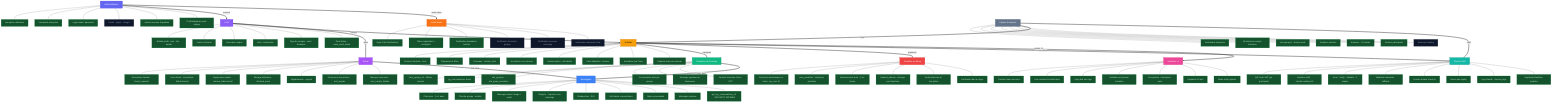
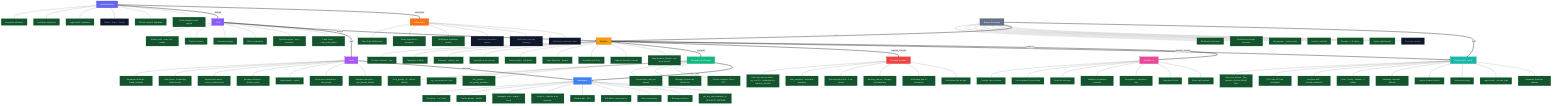
flowchart TB

  classDef auth      fill:#6366F1,stroke:#4F46E5,color:#fff,stroke-width:2px
  classDef profile   fill:#8B5CF6,stroke:#7C3AED,color:#fff,stroke-width:2px
  classDef activ     fill:#F59E0B,stroke:#D97706,color:#000,stroke-width:2px
  classDef groups    fill:#10B981,stroke:#059669,color:#fff,stroke-width:2px
  classDef payment   fill:#EF4444,stroke:#DC2626,color:#fff,stroke-width:2px
  classDef plusone   fill:#EC4899,stroke:#DB2777,color:#fff,stroke-width:2px
  classDef checkin   fill:#14B8A6,stroke:#0D9488,color:#fff,stroke-width:2px
  classDef messaging fill:#3B82F6,stroke:#2563EB,color:#fff,stroke-width:2px
  classDef social    fill:#A855F7,stroke:#9333EA,color:#fff,stroke-width:2px
  classDef notif     fill:#F97316,stroke:#EA580C,color:#fff,stroke-width:2px
  classDef business  fill:#64748B,stroke:#475569,color:#fff,stroke-width:2px

  classDef done     fill:#14532d,stroke:#16a34a,color:#bbf7d0,stroke-width:1px
  classDef wip      fill:#422006,stroke:#d97706,color:#fde68a,stroke-width:1px,stroke-dasharray:5 3
  classDef planned  fill:#0f172a,stroke:#475569,color:#94a3b8,stroke-width:1px,stroke-dasharray:3 3

  AUTH[Authentification]:::auth
  AUTH --- AUTH_F1[Inscription utilisateur]:::done
  AUTH --- AUTH_F2[Inscription entreprise]:::done
  AUTH --- AUTH_F3[Login email / password]:::done
  AUTH --- AUTH_F4[OAuth · Apple · Google]:::planned
  AUTH --- AUTH_F5[Gestion session Supabase]:::done
  AUTH --- AUTH_F6[Profil obligatoire post-signup]:::done

  PROFILE[Profil]:::profile
  PROFILE --- PROF_F1[Edition profil · nom · bio · avatar]:::done
  PROFILE --- PROF_F2[Centres d'interet]:::done
  PROFILE --- PROF_F3[Username unique]:::done
  PROFILE --- PROF_F4[Ville / Localisation]:::done
  PROFILE --- PROF_F5[Type de compte · user / business]:::done
  PROFILE --- PROF_F6[Push token · expo_push_token]:::done

  ACTIVITIES[Activites]:::activ
  ACTIVITIES --- ACT_F1[Creation d'activite · host]:::done
  ACTIVITIES --- ACT_F2[Categories et filtres]:::done
  ACTIVITIES --- ACT_F3[Creneaux · activity_slots]:::done
  ACTIVITIES --- ACT_F4[Inscription a un creneau]:::done
  ACTIVITIES --- ACT_F5[Desinscription · soft delete]:::done
  ACTIVITIES --- ACT_F6[Carte MapLibre · browse]:::done
  ACTIVITIES --- ACT_F7[Annulation par l'hote]:::done
  ACTIVITIES --- ACT_F8[Capacite max par creneau]:::done
+   ACTIVITIES --- ACT_F9[Flag requires_checkin · opt-in par activite]:::done

  GROUPS[Formation de Groupes]:::groups
  GROUPS --- GRP_F1[form_groups_v3 · affinite interets]:::done
  GROUPS --- GRP_F2["pg_cron toutes les 5 min"]:::done
  GROUPS --- GRP_F3[slot_groups + slot_group_members]:::done
  GROUPS --- GRP_F4[Conversation auto par groupe]:::done
  GROUPS --- GRP_F5[Message systeme de bienvenue]:::done
  GROUPS --- GRP_F6[Gestion timezone Paris / UTC]:::done

  PENALTY[Penalites no-show]:::payment
-   PENALTY --- PEN_F1[Detection automatique no-show · pg_cron 1h]:::done
+   PENALTY --- PEN_F1[Detection auto no-show · pg_cron 1h · uniquement si requires_checkin]:::done
  PENALTY --- PEN_F2[user_penalties · historique penalites]:::done
  PENALTY --- PEN_F3[Bannissement auto · 2 no-shows]:::done
  PENALTY --- PEN_F4[banned_phones · blocage par telephone]:::done
  PENALTY --- PEN_F5[Verification ban a l inscription]:::done
  PENALTY --- PEN_F6[Verification ban au login]:::done

  PLUSONE[Invitation +1]:::plusone
  PLUSONE --- PLUS_F1[Creation token securise]:::done
  PLUSONE --- PLUS_F2[Lien realmeet.fr/invite/token]:::done
  PLUSONE --- PLUS_F3[Deep link vers app]:::done
  PLUSONE --- PLUS_F4[Validation et preview invitation]:::done
  PLUSONE --- PLUS_F5[Acceptation + inscription auto]:::done
  PLUSONE --- PLUS_F6["Expiration 10 min"]:::done
  PLUSONE --- PLUS_F7[Share natif systeme]:::done

-   CHECKIN[Check-in QR]:::checkin
+   CHECKIN[Check-in QR · opt-in]:::checkin
+   CHECKIN --- CHK_F0[Opt-in par activite · flag requires_checkin default false]:::done
  CHECKIN --- CHK_F1[QR Code JWT par participant]:::done
  CHECKIN --- CHK_F2[Interface staff · checkin.realmeet.fr]:::done
  CHECKIN --- CHK_F3[Scan · Verify · Validate · 2 etapes]:::done
  CHECKIN --- CHK_F4[Validation manuelle · fallback]:::done
  CHECKIN --- CHK_F5[Fenetre horaire check-in]:::done
  CHECKIN --- CHK_F6[Nonce anti-replay]:::done
  CHECKIN --- CHK_F7[Logs d'audit · checkin_logs]:::done
  CHECKIN --- CHK_F8[Supabase Realtime updates]:::done

  MESSAGING[Messagerie]:::messaging
  MESSAGING --- MSG_F1[Chat prive · 1 a 1 amis]:::done
  MESSAGING --- MSG_F2[Chat de groupe · activite]:::done
  MESSAGING --- MSG_F3[Messages texte / image / vocal]:::done
  MESSAGING --- MSG_F4[Reply-to · reponse a un message]:::done
  MESSAGING --- MSG_F5[Shadow ban · RLS]:::done
  MESSAGING --- MSG_F6[Soft delete conversations]:::done
  MESSAGING --- MSG_F7[Mute conversation]:::done
  MESSAGING --- MSG_F8[Messages systeme]:::done
  MESSAGING --- MSG_F9[get_my_conversations_v2 · SECURITY DEFINER]:::done

  SOCIAL[Social]:::social
  SOCIAL --- SOC_F1[Demandes d'amitie · friend_requests]:::done
  SOCIAL --- SOC_F2[Liste d'amis · friendships bidirectionnel]:::done
  SOCIAL --- SOC_F3[Suppression amitie · remove_bidirectional]:::done
  SOCIAL --- SOC_F4[Blocage utilisateur · blocked_users]:::done
  SOCIAL --- SOC_F5[Signalements · reports]:::done
  SOCIAL --- SOC_F6[Personnes rencontrees · met_people]:::done
  SOCIAL --- SOC_F7[Masquer rencontre · met_people_hidden]:::done

  NOTIF[Notifications]:::notif
  NOTIF --- NOT_F1[Expo Push Notifications]:::done
  NOTIF --- NOT_F2[Token registration / unregister]:::done
  NOTIF --- NOT_F3[Notification annulation activite]:::done
  NOTIF --- NOT_F4[Notification formation groupe]:::planned
  NOTIF --- NOT_F5[Notification nouveau message]:::planned
  NOTIF --- NOT_F6[Notification demande d'ami]:::planned

  BUSINESS[Espace Entreprise]:::business
  BUSINESS --- BIZ_F1[Dashboard entreprise]:::done
  BUSINESS --- BIZ_F2[Restrictions compte business]:::done
  BUSINESS --- BIZ_F3[Vue groupes · lecture seule]:::done
  BUSINESS --- BIZ_F4[Analytics activites]:::done
  BUSINESS --- BIZ_F5[Reviews · 1-5 etoiles]:::done
  BUSINESS --- BIZ_F6[Gestion participants]:::done
  BUSINESS --- BIZ_F7[Revenue tracking]:::planned

  AUTH ==>|session| PROFILE
  AUTH ==>|push token| NOTIF
  PROFILE ==>|interets| ACTIVITIES
  PROFILE ==>|amis| SOCIAL
  ACTIVITIES ==>|creneaux| GROUPS
-   ACTIVITIES ==>|presence| PENALTY
-   ACTIVITIES ==>|presence| CHECKIN
+   ACTIVITIES ==>|requires_checkin| PENALTY
+   ACTIVITIES ==>|requires_checkin| CHECKIN
  ACTIVITIES ==>|inviter +1| PLUSONE
  GROUPS ==>|conv. auto| MESSAGING
  SOCIAL ==>|chat prive| MESSAGING
  BUSINESS ==>|host| ACTIVITIES
  BUSINESS ==>|staff| CHECKIN